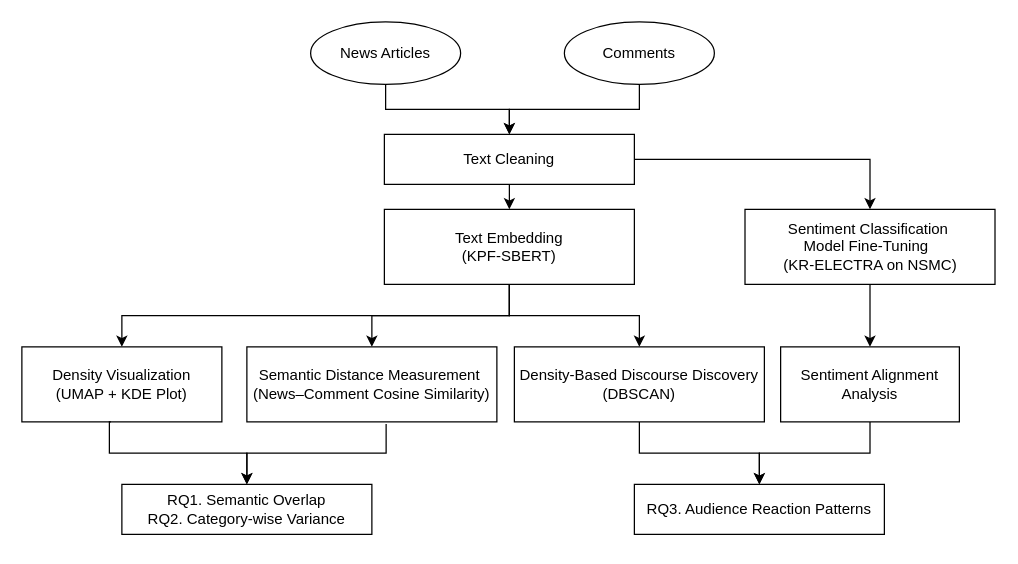
Before: 제목 없는 다이어그램.drawio in kjh8331267/Paper_Review, a draw.io diagram. Source tidied: cells renumbered, new cells numbered last; positions are measured from the earlier drawing's top-left corner, leaving out a move shared by most shapes. Both pictures are drawn from the tidied source at 125%, with x=0, y=0 at pixel (21, 21).
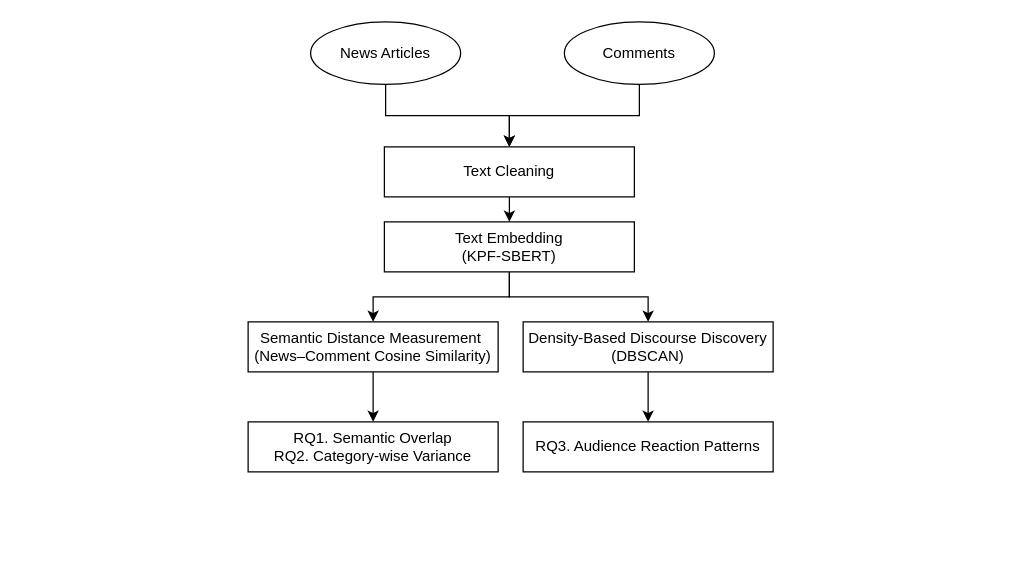
After the change.

Commit message:
제목 없는 다이어그램.drawio 업데이트

Diff of the diagram source:
```diff
@@
-    <mxCell id="4" style="edgeStyle=orthogonalEdgeStyle;rounded=0;jettySize=auto;html=1;exitX=0.5;exitY=1;exitDx=0;exitDy=0;entryX=0.5;entryY=0;entryDx=0;entryDy=0;" parent="1" edge="1" source="21" target="7">
-      <mxGeometry relative="1" as="geometry" />
-    </mxCell>
     <mxCell id="5" value="Text Embedding&lt;div&gt;(&lt;span style=&quot;background-color: transparent; color: light-dark(rgb(0, 0, 0), rgb(255, 255, 255));&quot;&gt;KPF-SBERT)&lt;/span&gt;&lt;/div&gt;" style="rounded=0;whiteSpace=wrap;html=1;" parent="1" vertex="1">
-      <mxGeometry x="290" y="150" width="200" height="60" as="geometry" />
+      <mxGeometry x="290" y="160" width="200" height="40" as="geometry" />
     </mxCell>
-    <mxCell id="6" style="edgeStyle=orthogonalEdgeStyle;rounded=0;jettySize=auto;html=1;entryX=0.5;entryY=0;entryDx=0;entryDy=0;exitX=0.5;exitY=1;exitDx=0;exitDy=0;" parent="1" edge="1" source="16" target="14">
-      <mxGeometry relative="1" as="geometry" />
-    </mxCell>
-    <mxCell id="7" value="Sentiment Alignment Analysis" style="rounded=0;whiteSpace=wrap;html=1;" parent="1" vertex="1">
-      <mxGeometry x="607" y="260" width="143" height="60" as="geometry" />
-    </mxCell>
-    <mxCell id="8" style="edgeStyle=orthogonalEdgeStyle;rounded=0;jettySize=auto;html=1;entryX=0.5;entryY=0;entryDx=0;entryDy=0;exitX=0.5;exitY=1;exitDx=0;exitDy=0;" parent="1" edge="1" source="5" target="10">
-      <mxGeometry relative="1" as="geometry" />
-    </mxCell>
@@
-    <mxCell id="10" value="&lt;p&gt;Density Visualization&lt;br&gt;(UMAP + KDE Plot)&lt;/p&gt;" style="rounded=0;whiteSpace=wrap;html=1;" parent="1" vertex="1">
-      <mxGeometry y="260" width="160" height="60" as="geometry" />
-    </mxCell>
     <mxCell id="11" value="&lt;p&gt;RQ1. Semantic Overlap&lt;br&gt;RQ2.&amp;nbsp;Category-wise Variance&lt;/p&gt;" style="rounded=0;whiteSpace=wrap;html=1;" parent="1" vertex="1">
-      <mxGeometry x="80" y="370" width="200" height="40" as="geometry" />
+      <mxGeometry x="181" y="320" width="200" height="40" as="geometry" />
     </mxCell>
@@
     <mxCell id="13" value="Text Cleaning" style="rounded=0;whiteSpace=wrap;html=1;" parent="1" vertex="1">
-      <mxGeometry x="290" y="90" width="200" height="40" as="geometry" />
+      <mxGeometry x="290" y="100" width="200" height="40" as="geometry" />
     </mxCell>
     <mxCell id="14" value="&lt;p&gt;RQ3. Audience Reaction Patterns&lt;/p&gt;" style="rounded=0;whiteSpace=wrap;html=1;" parent="1" vertex="1">
-      <mxGeometry x="490" y="370" width="200" height="40" as="geometry" />
+      <mxGeometry x="401" y="320" width="200" height="40" as="geometry" />
     </mxCell>
-    <mxCell id="15" style="edgeStyle=orthogonalEdgeStyle;rounded=0;jettySize=auto;html=1;entryX=0.5;entryY=0;entryDx=0;entryDy=0;exitX=0.445;exitY=0.999;exitDx=0;exitDy=0;exitPerimeter=0;" parent="1" edge="1" source="10" target="11">
-      <mxGeometry relative="1" as="geometry">
-        <Array as="points">
-          <mxPoint x="70" y="345" />
-          <mxPoint x="180" y="345" />
-        </Array>
-      </mxGeometry>
-    </mxCell>
+    <mxCell id="6" style="edgeStyle=orthogonalEdgeStyle;rounded=0;jettySize=auto;html=1;exitX=0.5;exitY=1;exitDx=0;exitDy=0;entryX=0.5;entryY=0;entryDx=0;entryDy=0;" parent="1" edge="1" source="16" target="14">
+      <mxGeometry relative="1" as="geometry" />
+    </mxCell>
     <mxCell id="16" value="&lt;p&gt;Density-Based Discourse Discovery&lt;br&gt;(DBSCAN)&lt;/p&gt;" style="rounded=0;whiteSpace=wrap;html=1;" parent="1" vertex="1">
-      <mxGeometry x="394" y="260" width="200" height="60" as="geometry" />
+      <mxGeometry x="401" y="240" width="200" height="40" as="geometry" />
     </mxCell>
@@
     <mxCell id="18" value="&lt;p&gt;Semantic Distance Measurement&amp;nbsp;&lt;br&gt;&lt;span style=&quot;background-color: transparent; color: light-dark(rgb(0, 0, 0), rgb(255, 255, 255));&quot;&gt;(News–Comment Cosine Similarity)&lt;/span&gt;&lt;/p&gt;" style="rounded=0;whiteSpace=wrap;html=1;" parent="1" vertex="1">
-      <mxGeometry x="180" y="260" width="200" height="60" as="geometry" />
+      <mxGeometry x="181" y="240" width="200" height="40" as="geometry" />
     </mxCell>
-    <mxCell id="19" style="edgeStyle=orthogonalEdgeStyle;rounded=0;jettySize=auto;html=1;entryX=0.5;entryY=0;entryDx=0;entryDy=0;exitX=0.557;exitY=1.028;exitDx=0;exitDy=0;exitPerimeter=0;" parent="1" edge="1" source="18" target="11">
-      <mxGeometry relative="1" as="geometry">
-        <Array as="points">
-          <mxPoint x="291" y="345" />
-          <mxPoint x="180" y="345" />
-        </Array>
-      </mxGeometry>
+    <mxCell id="19" style="edgeStyle=orthogonalEdgeStyle;rounded=0;jettySize=auto;html=1;exitX=0.5;exitY=1;exitDx=0;exitDy=0;entryX=0.5;entryY=0;entryDx=0;entryDy=0;" parent="1" edge="1" source="18" target="11">
+      <mxGeometry relative="1" as="geometry" />
     </mxCell>
-    <mxCell id="20" style="edgeStyle=orthogonalEdgeStyle;rounded=0;jettySize=auto;html=1;entryX=0.5;entryY=0;entryDx=0;entryDy=0;exitX=0.5;exitY=1;exitDx=0;exitDy=0;" parent="1" edge="1" source="7" target="14">
-      <mxGeometry relative="1" as="geometry" />
-    </mxCell>
-    <mxCell id="21" value="&lt;div&gt;Sentiment Classification&amp;nbsp;&lt;/div&gt;&lt;div&gt;Model&amp;nbsp;&lt;span style=&quot;background-color: transparent; color: light-dark(rgb(0, 0, 0), rgb(255, 255, 255));&quot;&gt;Fine-Tuning&amp;nbsp;&amp;nbsp;&lt;/span&gt;&lt;/div&gt;&lt;div&gt;(KR-ELECTRA on NSMC)&lt;/div&gt;" style="rounded=0;whiteSpace=wrap;html=1;" parent="1" vertex="1">
-      <mxGeometry x="578.5" y="150" width="200" height="60" as="geometry" />
-    </mxCell>
-    <mxCell id="22" style="edgeStyle=orthogonalEdgeStyle;rounded=0;jettySize=auto;html=1;exitX=1;exitY=0.5;exitDx=0;exitDy=0;entryX=0.5;entryY=0;entryDx=0;entryDy=0;" parent="1" edge="1" source="13" target="21">
-      <mxGeometry relative="1" as="geometry" />
-    </mxCell>
```
